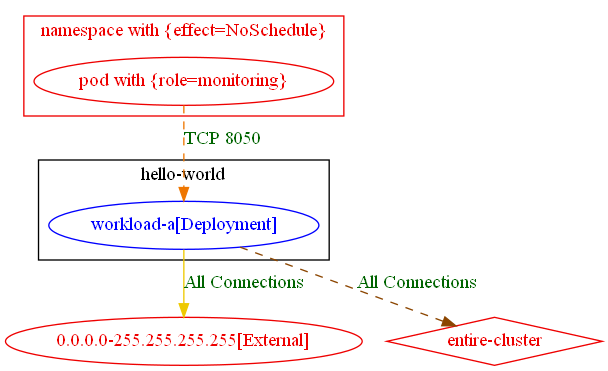
Above: test_outputs/connlist/exposure_test_conn_with_new_pod_selector_and_ns_selector_exposure_output.dot.png in np-guard/netpol-analyzer (Graphviz), before the change. Its source is kept beside it as test_outputs/connlist/exposure_test_conn_with_new_pod_selector_and_ns_selector_exposure_output.dot.
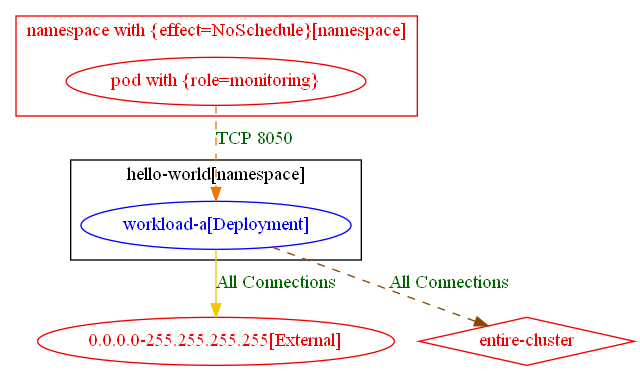
After the change.

Diff of the diagram source:
```diff
@@ -1,15 +1,15 @@
 digraph {
-	subgraph "cluster_hello_world" {
+	subgraph "cluster_hello_world[namespace]" {
 		color="black"
 		fontcolor="black"
 		"hello-world/workload-a[Deployment]" [label="workload-a[Deployment]" color="blue" fontcolor="blue"]
-		label="hello-world"
+		label="hello-world[namespace]"
 	}
-	subgraph "cluster_namespace with {effect=NoSchedule}" {
+	subgraph "cluster_namespace with {effect=NoSchedule}[namespace]" {
 		color="red2"
 		fontcolor="red2"
 		"pod with {role=monitoring}_in_namespace with {effect=NoSchedule}" [label="pod with {role=monitoring}" color="red2" fontcolor="red2"]
-		label="namespace with {effect=NoSchedule}"
+		label="namespace with {effect=NoSchedule}[namespace]"
 	}
 	"0.0.0.0-255.255.255.255[External]" [label="0.0.0.0-255.255.255.255[External]" color="red2" fontcolor="red2"]
 	"entire-cluster" [label="entire-cluster" color="red2" fontcolor="red2" shape=diamond]
```
